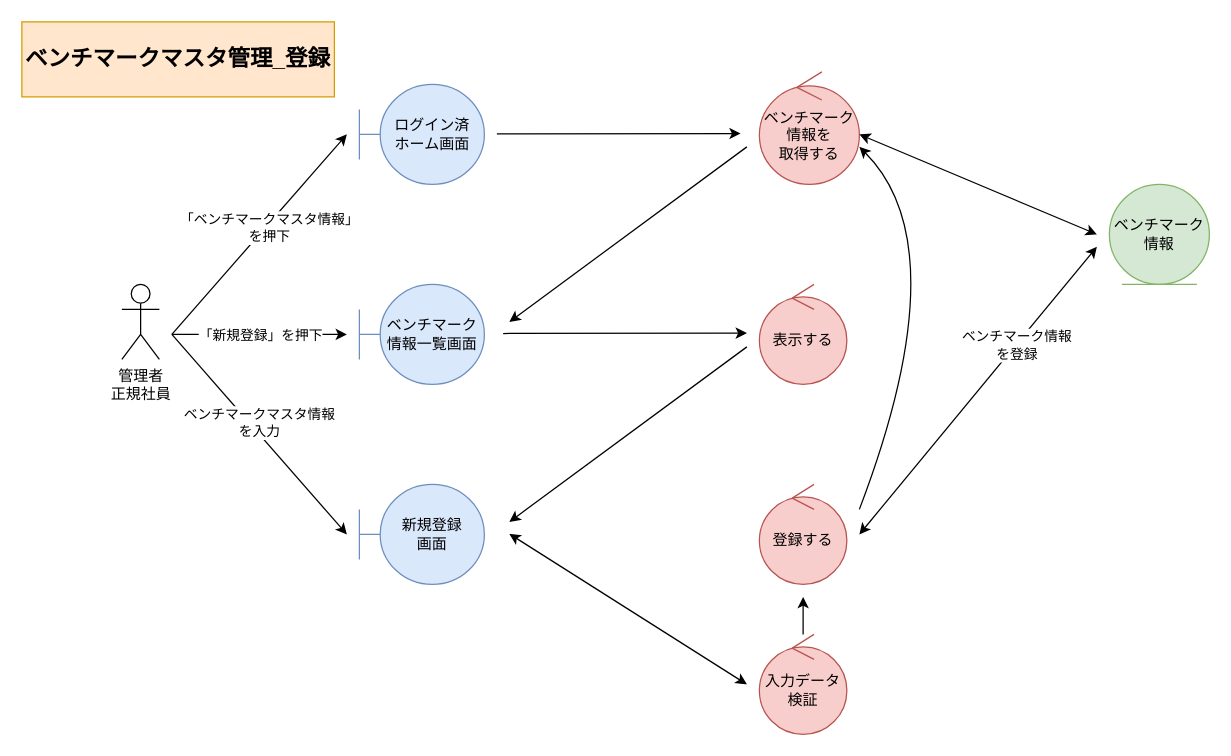
Before: page "*ベンチマークマスタ管理_登録" (1 of 4) of 各種設計書/3ロバストネス図/マスタ管理/F05ベンチマークマスタ.drawio in HaruShim/Sotuken, a draw.io diagram. Source tidied: cells renumbered, new cells numbered last; positions are measured from the earlier drawing's top-left corner, leaving out a move shared by most shapes. Both pictures are drawn from the tidied source at 125%, with x=0, y=0 at pixel (21, 21).
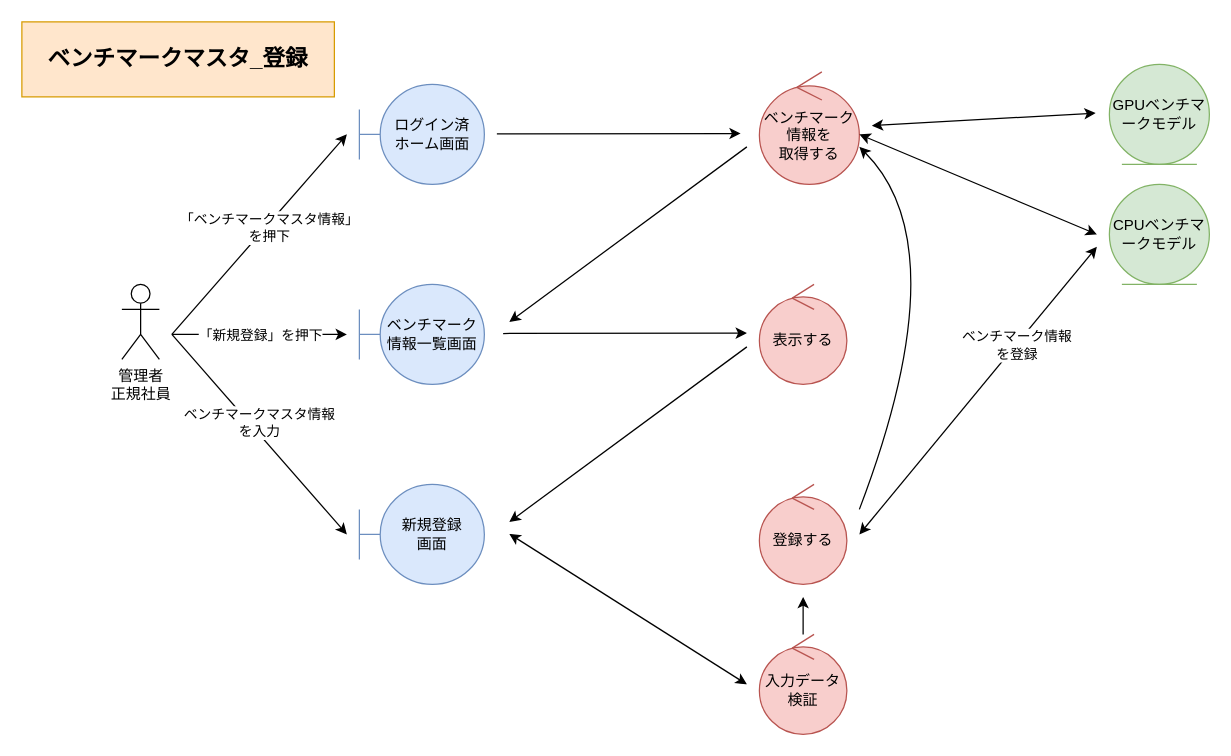
The same diagram, later.

Diff of the diagram source:
```diff
@@
-    <mxCell id="7" value="ベンチマーク情報" style="ellipse;shape=umlEntity;whiteSpace=wrap;html=1;fillColor=#d5e8d4;strokeColor=#82b366;" parent="1" vertex="1">
+    <mxCell id="7" value="CPUベンチマークモデル" style="ellipse;shape=umlEntity;whiteSpace=wrap;html=1;fillColor=#d5e8d4;strokeColor=#82b366;" parent="1" vertex="1">
       <mxGeometry x="870" y="130" width="80" height="80" as="geometry" />
     </mxCell>
@@
-    <mxCell id="23" value="ベンチマークマスタ管理_登録" style="rounded=0;whiteSpace=wrap;html=1;fillColor=#ffe6cc;strokeColor=#d79b00;fontStyle=1;fontSize=18;" parent="1" vertex="1">
+    <mxCell id="23" value="ベンチマークマスタ_登録" style="rounded=0;whiteSpace=wrap;html=1;fillColor=#ffe6cc;strokeColor=#d79b00;fontStyle=1;fontSize=18;" parent="1" vertex="1">
       <mxGeometry width="250" height="60" as="geometry" />
     </mxCell>
@@
+    <mxCell id="28" value="GPUベンチマークモデル" style="ellipse;shape=umlEntity;whiteSpace=wrap;html=1;fillColor=#d5e8d4;strokeColor=#82b366;" parent="1" vertex="1">
+      <mxGeometry x="870" y="34" width="80" height="80" as="geometry" />
+    </mxCell>
+    <mxCell id="29" style="endArrow=classic;html=1;rounded=0;startArrow=classic;startFill=1;" parent="1" edge="1">
+      <mxGeometry relative="1" as="geometry">
+        <mxPoint x="680" y="83" as="sourcePoint" />
+        <mxPoint x="859" y="73" as="targetPoint" />
+      </mxGeometry>
+    </mxCell>
```
